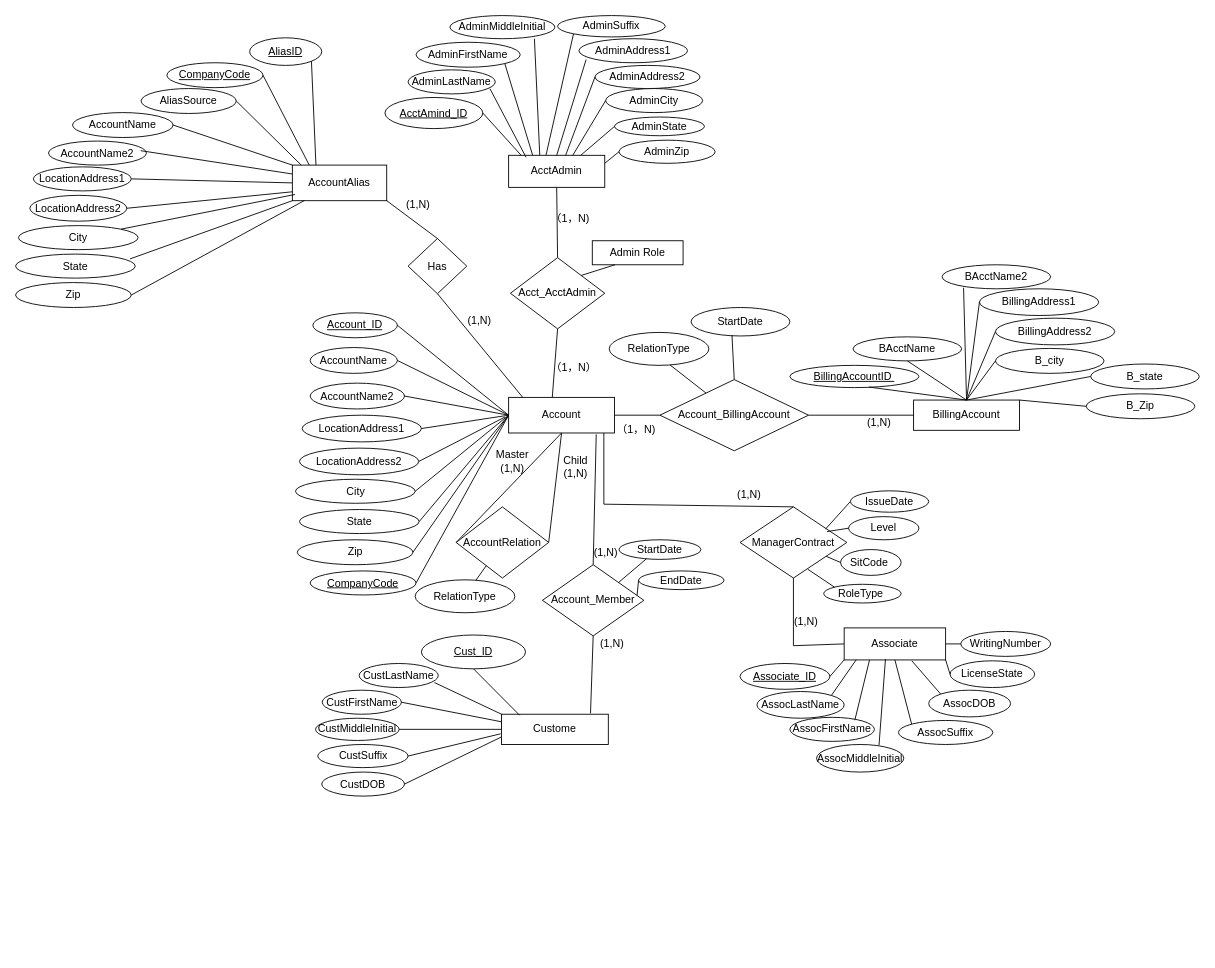
This is page "Page-1" (1 of 2) of dsm-project-p1.drawio from HanquanL/c_practices, a draw.io file, before an edit. Source tidied: cells renumbered, new cells numbered last; positions are measured from the earlier drawing's top-left corner, leaving out a move shared by most shapes. Both pictures are drawn from the tidied source at 89%, with x=0, y=0 at pixel (15, 15).
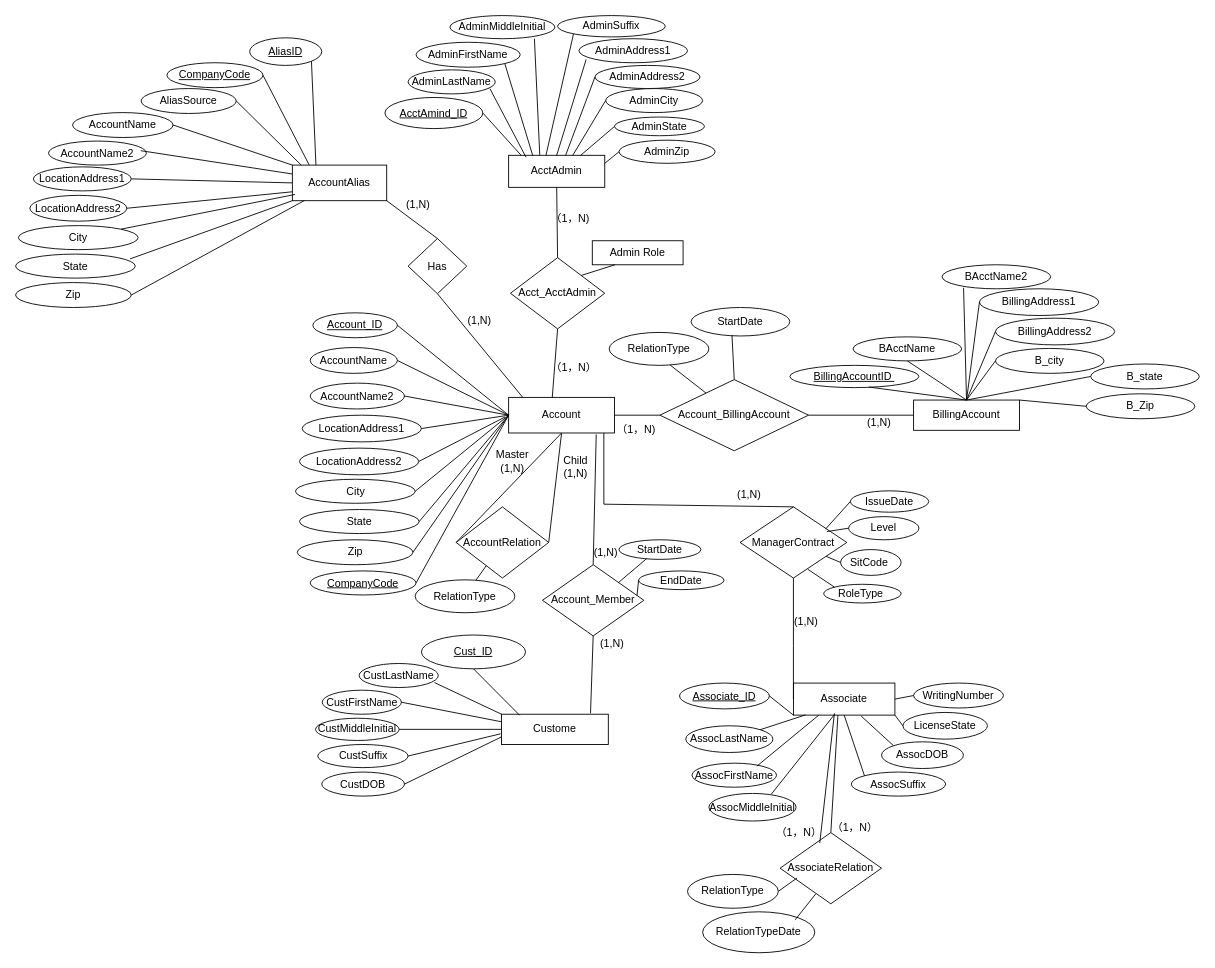
After the change.

Change to the diagram source:
```diff
@@
     <mxCell id="128" value="Associate" style="rounded=0;whiteSpace=wrap;html=1;" parent="1" vertex="1">
-      <mxGeometry x="931" y="688" width="114" height="36" as="geometry" />
+      <mxGeometry x="874" y="750" width="114" height="36" as="geometry" />
     </mxCell>
     <mxCell id="129" value="&lt;u&gt;Associate_ID&lt;/u&gt;" style="ellipse;whiteSpace=wrap;html=1;" parent="1" vertex="1">
-      <mxGeometry x="814" y="728" width="101" height="29" as="geometry" />
+      <mxGeometry x="746" y="750" width="101" height="29" as="geometry" />
     </mxCell>
     <mxCell id="130" value="AssocLastName" style="ellipse;whiteSpace=wrap;html=1;" parent="1" vertex="1">
-      <mxGeometry x="833" y="759.5" width="98" height="30" as="geometry" />
+      <mxGeometry x="753" y="798" width="98" height="30" as="geometry" />
     </mxCell>
     <mxCell id="131" value="AssocFirstName" style="ellipse;whiteSpace=wrap;html=1;" parent="1" vertex="1">
-      <mxGeometry x="870" y="788.5" width="95" height="27" as="geometry" />
+      <mxGeometry x="760" y="840" width="95" height="27" as="geometry" />
     </mxCell>
     <mxCell id="132" value="AssocMiddleInitial" style="ellipse;whiteSpace=wrap;html=1;" parent="1" vertex="1">
-      <mxGeometry x="900" y="819" width="98" height="31" as="geometry" />
+      <mxGeometry x="779" y="874" width="98" height="31" as="geometry" />
     </mxCell>
     <mxCell id="133" value="AssocSuffix" style="ellipse;whiteSpace=wrap;html=1;" parent="1" vertex="1">
-      <mxGeometry x="992" y="792" width="106" height="27" as="geometry" />
+      <mxGeometry x="939" y="850" width="106" height="27" as="geometry" />
     </mxCell>
     <mxCell id="134" value="AssocDOB" style="ellipse;whiteSpace=wrap;html=1;" parent="1" vertex="1">
-      <mxGeometry x="1026" y="758" width="92" height="30" as="geometry" />
+      <mxGeometry x="973" y="816" width="92" height="30" as="geometry" />
     </mxCell>
@@
     <mxCell id="143" value="LicenseState" style="ellipse;whiteSpace=wrap;html=1;" parent="1" vertex="1">
-      <mxGeometry x="1050" y="725" width="95" height="30" as="geometry" />
+      <mxGeometry x="997" y="783" width="95" height="30" as="geometry" />
     </mxCell>
@@
     <mxCell id="145" value="WritingNumber" style="ellipse;whiteSpace=wrap;html=1;" parent="1" vertex="1">
-      <mxGeometry x="1062" y="692" width="101" height="28" as="geometry" />
+      <mxGeometry x="1009" y="750" width="101" height="28" as="geometry" />
     </mxCell>
@@
+    <mxCell id="160" value="AssociateRelation" style="rhombus;whiteSpace=wrap;html=1;" parent="1" vertex="1">
+      <mxGeometry x="859" y="918" width="114" height="80" as="geometry" />
+    </mxCell>
+    <mxCell id="161" style="endArrow=none;html=1;rounded=0;entryX=0.404;entryY=0.944;entryDx=0;entryDy=0;entryPerimeter=0;exitX=0.391;exitY=0.147;exitDx=0;exitDy=0;exitPerimeter=0;" parent="1" edge="1" source="160" target="128">
+      <mxGeometry relative="1" as="geometry" />
+    </mxCell>
+    <mxCell id="162" style="endArrow=none;html=1;rounded=0;exitX=0.5;exitY=0;exitDx=0;exitDy=0;" parent="1" edge="1" source="160">
+      <mxGeometry relative="1" as="geometry">
+        <mxPoint x="924" y="786" as="targetPoint" />
+      </mxGeometry>
+    </mxCell>
+    <mxCell id="163" value="RelationType" style="ellipse;whiteSpace=wrap;html=1;" parent="1" vertex="1">
+      <mxGeometry x="755" y="965" width="102" height="38" as="geometry" />
+    </mxCell>
+    <mxCell id="164" value="RelationTypeDate" style="ellipse;whiteSpace=wrap;html=1;" parent="1" vertex="1">
+      <mxGeometry x="772" y="1007" width="126" height="46" as="geometry" />
+    </mxCell>
+    <mxCell id="165" style="endArrow=none;html=1;rounded=0;exitX=0.825;exitY=0.196;exitDx=0;exitDy=0;exitPerimeter=0;" parent="1" edge="1" source="164">
+      <mxGeometry relative="1" as="geometry">
+        <mxPoint x="899" y="987" as="targetPoint" />
+      </mxGeometry>
+    </mxCell>
+    <mxCell id="166" style="endArrow=none;html=1;rounded=0;exitX=1;exitY=0.5;exitDx=0;exitDy=0;entryX=0.167;entryY=0.638;entryDx=0;entryDy=0;entryPerimeter=0;" parent="1" edge="1" source="163" target="160">
+      <mxGeometry relative="1" as="geometry" />
+    </mxCell>
+    <mxCell id="167" value="（1，N）" style="text;html=1;align=center;verticalAlign=middle;strokeColor=none;fillColor=none;" parent="1" vertex="1">
+      <mxGeometry x="908" y="900" width="69" height="26" as="geometry" />
+    </mxCell>
+    <mxCell id="168" value="（1，N）" style="text;html=1;align=center;verticalAlign=middle;strokeColor=none;fillColor=none;" parent="1" vertex="1">
+      <mxGeometry x="845" y="905" width="69" height="26" as="geometry" />
+    </mxCell>
```
